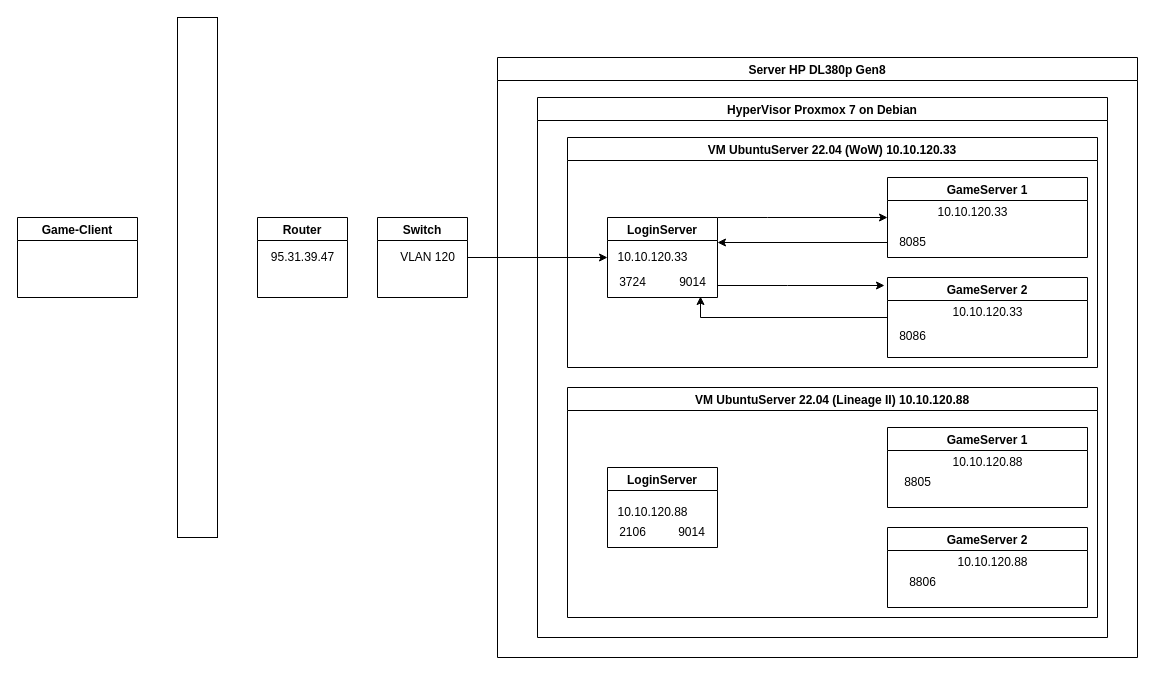
drakulitka/diagrams keeps this draw.io diagram as data-center-network/Диаграмма без названия.drawio. Above is the earlier version. Source tidied: cells renumbered, new cells numbered last; positions are measured from the earlier drawing's top-left corner, leaving out a move shared by most shapes. Both pictures are drawn from the tidied source at 100%, with x=0, y=0 at pixel (17, 17).
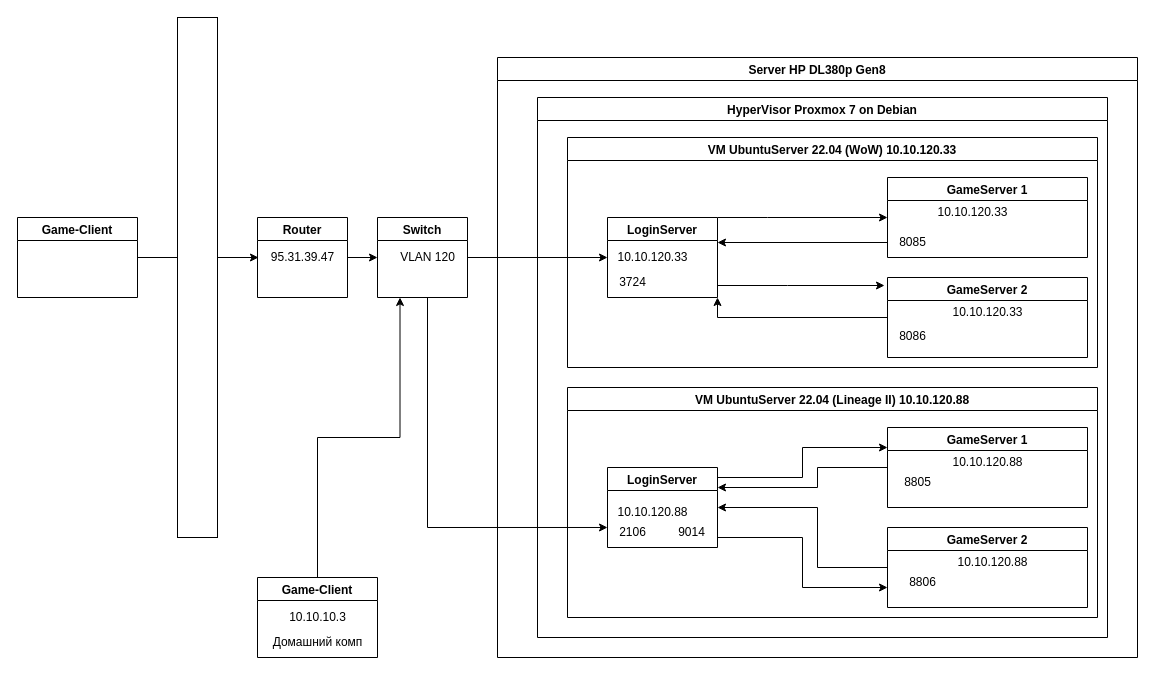
Above is the later version.

Unchanged cells that the change refers to:
```xml
<mxCell id="4" value="LoginServer" style="swimlane;" parent="1" vertex="1">
  <mxGeometry x="590" y="200" width="110" height="80" as="geometry" />
</mxCell>
<mxCell id="6" value="Game-Client" style="swimlane;" parent="1" vertex="1">
  <mxGeometry y="200" width="120" height="80" as="geometry" />
</mxCell>
<mxCell id="7" value="Router" style="swimlane;" parent="1" vertex="1">
  <mxGeometry x="240" y="200" width="90" height="80" as="geometry" />
</mxCell>
<mxCell id="8" value="95.31.39.47" style="text;html=1;align=center;verticalAlign=middle;points=[];strokeColor=none;fillColor=none;" parent="7" vertex="1">
  <mxGeometry y="25" width="90" height="30" as="geometry" />
</mxCell>
<mxCell id="10" value="Switch" style="swimlane;" parent="1" vertex="1">
  <mxGeometry x="360" y="200" width="90" height="80" as="geometry" />
</mxCell>
<mxCell id="13" value="VM UbuntuServer 22.04 (WoW) 10.10.120.33" style="swimlane;" parent="12" vertex="1">
  <mxGeometry x="30" y="40" width="530" height="230" as="geometry" />
</mxCell>
<mxCell id="17" value="GameServer 2" style="swimlane;" parent="13" vertex="1">
  <mxGeometry x="320" y="140" width="200" height="80" as="geometry" />
</mxCell>
<mxCell id="23" value="VM UbuntuServer 22.04 (Lineage II) 10.10.120.88" style="swimlane;" parent="12" vertex="1">
  <mxGeometry x="30" y="290" width="530" height="230" as="geometry" />
</mxCell>
<mxCell id="24" value="LoginServer" style="swimlane;" parent="23" vertex="1">
  <mxGeometry x="40" y="80" width="110" height="80" as="geometry" />
</mxCell>
<mxCell id="26" value="2106" style="text;html=1;align=center;verticalAlign=middle;points=[];strokeColor=none;fillColor=none;" parent="24" vertex="1">
  <mxGeometry y="50" width="50" height="30" as="geometry" />
</mxCell>
<mxCell id="28" value="GameServer 1" style="swimlane;" parent="23" vertex="1">
  <mxGeometry x="320" y="40" width="200" height="80" as="geometry" />
</mxCell>
<mxCell id="31" value="GameServer 2" style="swimlane;" parent="23" vertex="1">
  <mxGeometry x="320" y="140" width="200" height="80" as="geometry" />
</mxCell>
```

Diff of the diagram source:
```diff
@@
+    <mxCell id="37" style="edgeStyle=orthogonalEdgeStyle;rounded=0;jettySize=auto;html=1;entryX=0.011;entryY=0.5;entryDx=0;entryDy=0;entryPerimeter=0;" parent="1" edge="1" source="6" target="8">
+      <mxGeometry relative="1" as="geometry" />
+    </mxCell>
@@
+    <mxCell id="38" style="edgeStyle=orthogonalEdgeStyle;rounded=0;jettySize=auto;html=1;entryX=0;entryY=0.5;entryDx=0;entryDy=0;" parent="1" edge="1" source="7" target="10">
+      <mxGeometry relative="1" as="geometry" />
+    </mxCell>
@@
+    <mxCell id="39" style="edgeStyle=orthogonalEdgeStyle;rounded=0;jettySize=auto;html=1;entryX=0;entryY=0.333;entryDx=0;entryDy=0;entryPerimeter=0;" parent="1" edge="1" source="10" target="26">
+      <mxGeometry relative="1" as="geometry">
+        <Array as="points">
+          <mxPoint x="410" y="510" />
+        </Array>
+      </mxGeometry>
+    </mxCell>
@@
-    <mxCell id="16" style="edgeStyle=orthogonalEdgeStyle;rounded=0;jettySize=auto;html=1;entryX=0.66;entryY=0.967;entryDx=0;entryDy=0;entryPerimeter=0;" parent="13" edge="1" source="17" target="22">
-      <mxGeometry relative="1" as="geometry" />
-    </mxCell>
@@
-    <mxCell id="22" value="9014" style="text;html=1;align=center;verticalAlign=middle;points=[];strokeColor=none;fillColor=none;" parent="13" vertex="1">
-      <mxGeometry x="100" y="130" width="50" height="30" as="geometry" />
-    </mxCell>
@@
+    <mxCell id="40" style="edgeStyle=orthogonalEdgeStyle;rounded=0;jettySize=auto;html=1;entryX=0;entryY=0.25;entryDx=0;entryDy=0;" parent="23" edge="1" source="24" target="28">
+      <mxGeometry relative="1" as="geometry">
+        <Array as="points">
+          <mxPoint x="235" y="90" />
+          <mxPoint x="235" y="60" />
+        </Array>
+      </mxGeometry>
+    </mxCell>
+    <mxCell id="41" style="edgeStyle=orthogonalEdgeStyle;rounded=0;jettySize=auto;html=1;entryX=0;entryY=0.75;entryDx=0;entryDy=0;" parent="23" edge="1" source="24" target="31">
+      <mxGeometry relative="1" as="geometry">
+        <Array as="points">
+          <mxPoint x="235" y="150" />
+          <mxPoint x="235" y="200" />
+        </Array>
+      </mxGeometry>
+    </mxCell>
@@
+    <mxCell id="42" style="edgeStyle=orthogonalEdgeStyle;rounded=0;jettySize=auto;html=1;entryX=1;entryY=0.25;entryDx=0;entryDy=0;" parent="23" edge="1" source="28" target="24">
+      <mxGeometry relative="1" as="geometry">
+        <Array as="points">
+          <mxPoint x="250" y="80" />
+          <mxPoint x="250" y="100" />
+        </Array>
+      </mxGeometry>
+    </mxCell>
@@
+    <mxCell id="43" style="edgeStyle=orthogonalEdgeStyle;rounded=0;jettySize=auto;html=1;entryX=1;entryY=0.5;entryDx=0;entryDy=0;" parent="23" edge="1" source="31" target="24">
+      <mxGeometry relative="1" as="geometry">
+        <Array as="points">
+          <mxPoint x="250" y="180" />
+          <mxPoint x="250" y="120" />
+        </Array>
+      </mxGeometry>
+    </mxCell>
@@
+    <mxCell id="44" style="edgeStyle=orthogonalEdgeStyle;rounded=0;jettySize=auto;html=1;entryX=1;entryY=1;entryDx=0;entryDy=0;" parent="1" edge="1" source="17" target="4">
+      <mxGeometry relative="1" as="geometry" />
+    </mxCell>
+    <mxCell id="45" style="edgeStyle=orthogonalEdgeStyle;rounded=0;jettySize=auto;html=1;entryX=0.25;entryY=1;entryDx=0;entryDy=0;" parent="1" edge="1" source="46" target="10">
+      <mxGeometry relative="1" as="geometry" />
+    </mxCell>
+    <mxCell id="46" value="Game-Client" style="swimlane;" parent="1" vertex="1">
+      <mxGeometry x="240" y="560" width="120" height="80" as="geometry" />
+    </mxCell>
+    <mxCell id="47" value="Домашний комп" style="text;html=1;align=center;verticalAlign=middle;strokeColor=none;fillColor=none;" parent="46" vertex="1">
+      <mxGeometry x="5" y="50" width="110" height="30" as="geometry" />
+    </mxCell>
+    <mxCell id="48" value="10.10.10.3" style="text;html=1;align=center;verticalAlign=middle;strokeColor=none;fillColor=none;" parent="46" vertex="1">
+      <mxGeometry x="20" y="25" width="80" height="30" as="geometry" />
+    </mxCell>
```
